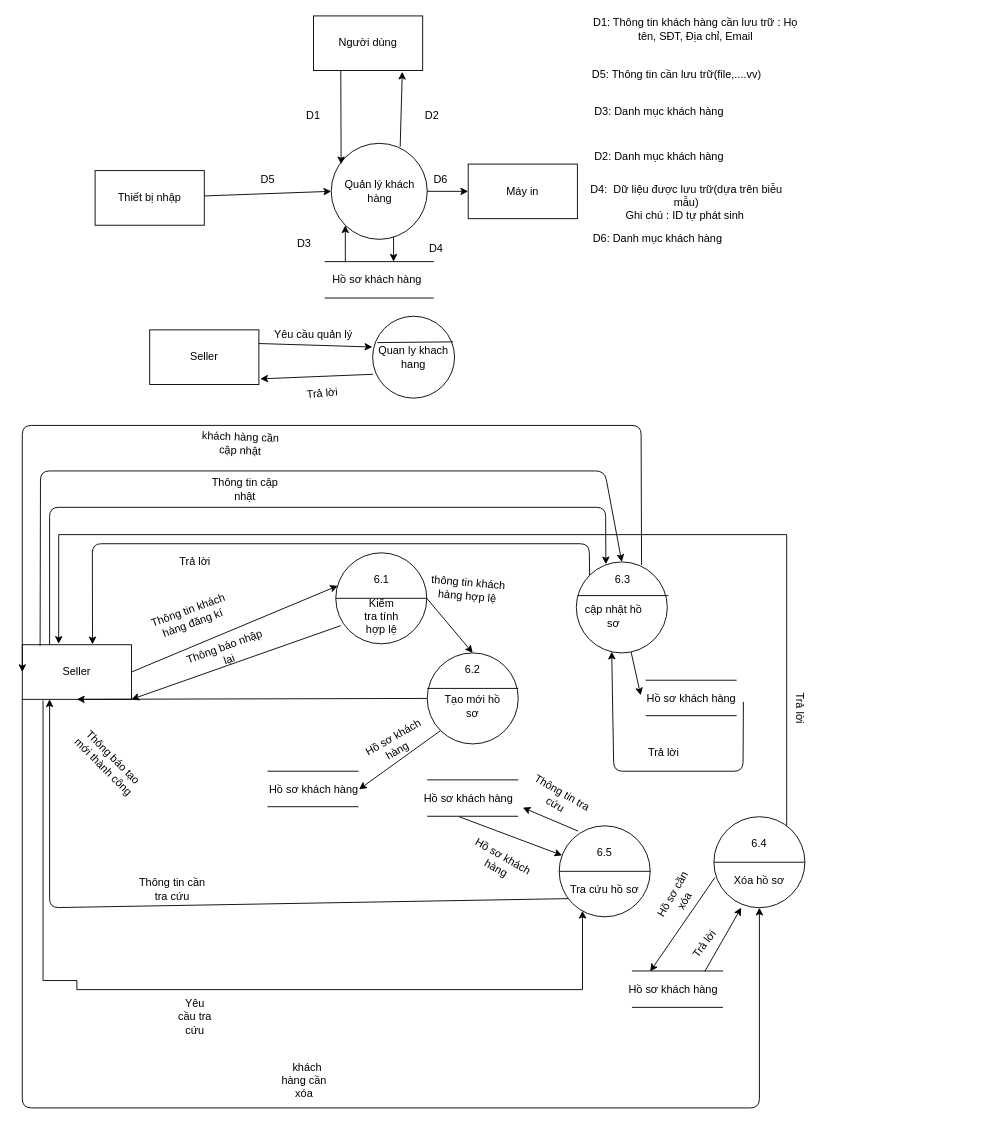
Above: page "Page-1" (1 of 2) of Loi/DFD_Quan_Ly_Khach_Hang.drawio in xxminhmie/override-project-document (draw.io), before the change. Source tidied: cells renumbered, new cells numbered last; positions are measured from the earlier drawing's top-left corner, leaving out a move shared by most shapes. Both pictures are drawn from the tidied source at 91%, with x=0, y=0 at pixel (22, 15).
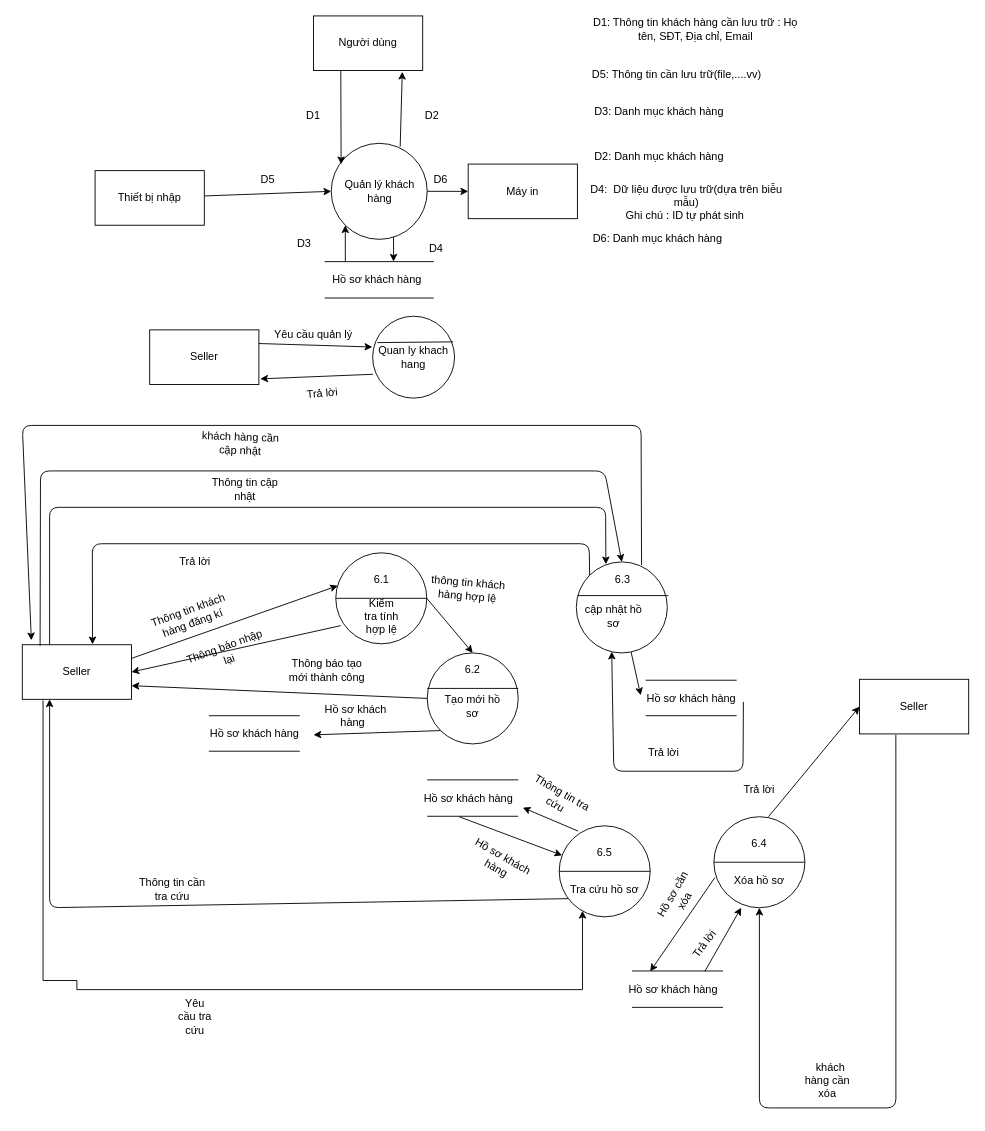
The same diagram, later.

Unchanged cells that the change refers to:
```xml
<mxCell id="8" style="ellipse;whiteSpace=wrap;html=1;" parent="1" vertex="1">
  <mxGeometry x="344.5" y="590" width="100" height="100" as="geometry" />
</mxCell>
<mxCell id="9" style="ellipse;whiteSpace=wrap;html=1;" parent="1" vertex="1">
  <mxGeometry x="445" y="700" width="100" height="100" as="geometry" />
</mxCell>
<mxCell id="18" style="ellipse;whiteSpace=wrap;html=1;" parent="1" vertex="1">
  <mxGeometry x="760" y="880" width="100" height="100" as="geometry" />
</mxCell>
<mxCell id="22" value="Seller" style="rounded=0;whiteSpace=wrap;html=1;" parent="1" vertex="1">
  <mxGeometry y="691" width="120" height="60" as="geometry" />
</mxCell>
<mxCell id="87" style="ellipse;whiteSpace=wrap;html=1;" parent="1" vertex="1">
  <mxGeometry x="608.8" y="600" width="100" height="100" as="geometry" />
</mxCell>
```

Change to the diagram source:
```diff
@@
-    <mxCell id="17" style="edgeStyle=orthogonalEdgeStyle;rounded=0;jettySize=auto;html=1;" parent="1" edge="1" source="18">
-      <mxGeometry relative="1" as="geometry">
-        <mxPoint x="40" y="690" as="targetPoint" />
-        <Array as="points">
-          <mxPoint x="840" y="570" />
-          <mxPoint x="40" y="570" />
-        </Array>
-      </mxGeometry>
-    </mxCell>
@@
-    <mxCell id="23" style="endArrow=classic;html=1;exitX=1;exitY=0.5;exitDx=0;exitDy=0;entryX=0.022;entryY=0.362;entryDx=0;entryDy=0;entryPerimeter=0;" parent="1" edge="1" source="22" target="8">
+    <mxCell id="23" style="endArrow=classic;html=1;exitX=1;exitY=0.25;exitDx=0;exitDy=0;entryX=0.022;entryY=0.362;entryDx=0;entryDy=0;entryPerimeter=0;" parent="1" edge="1" source="22" target="8">
       <mxGeometry relative="1" as="geometry" />
     </mxCell>
@@
-    <mxCell id="26" value="&amp;nbsp;Hồ sơ khách hàng&amp;nbsp;" style="text;html=1;strokeColor=none;fillColor=none;align=center;verticalAlign=middle;whiteSpace=wrap;rounded=0;rotation=-30;" parent="1" vertex="1">
-      <mxGeometry x="365" y="790" width="90" height="20" as="geometry" />
+    <mxCell id="26" value="&amp;nbsp;Hồ sơ khách hàng&amp;nbsp;" style="text;html=1;strokeColor=none;fillColor=none;align=center;verticalAlign=middle;whiteSpace=wrap;rounded=0;rotation=0;" parent="1" vertex="1">
+      <mxGeometry x="320" y="759" width="90" height="20" as="geometry" />
     </mxCell>
     <mxCell id="27" style="endArrow=none;html=1;" parent="1" edge="1">
       <mxGeometry relative="1" as="geometry">
-        <mxPoint x="269.5" y="869" as="sourcePoint" />
-        <mxPoint x="369.5" y="869" as="targetPoint" />
+        <mxPoint x="205" y="808" as="sourcePoint" />
+        <mxPoint x="305" y="808" as="targetPoint" />
       </mxGeometry>
     </mxCell>
     <mxCell id="28" style="endArrow=none;html=1;" parent="1" edge="1">
       <mxGeometry relative="1" as="geometry">
-        <mxPoint x="269.5" y="830" as="sourcePoint" />
-        <mxPoint x="369.5" y="830" as="targetPoint" />
+        <mxPoint x="205" y="769" as="sourcePoint" />
+        <mxPoint x="305" y="769" as="targetPoint" />
       </mxGeometry>
     </mxCell>
@@
     <mxCell id="30" value="Hồ sơ khách hàng" style="text;html=1;align=center;verticalAlign=middle;" parent="1" vertex="1">
-      <mxGeometry x="264.5" y="840" width="110" height="20" as="geometry" />
+      <mxGeometry x="200" y="779" width="110" height="20" as="geometry" />
     </mxCell>
     <mxCell id="31" style="endArrow=classic;html=1;exitX=0;exitY=1;exitDx=0;exitDy=0;" parent="1" edge="1" source="9">
       <mxGeometry relative="1" as="geometry">
-        <mxPoint x="370" y="850" as="targetPoint" />
+        <mxPoint x="320" y="790" as="targetPoint" />
       </mxGeometry>
     </mxCell>
@@
-    <mxCell id="38" style="endArrow=classic;html=1;exitX=0.055;exitY=0.8;exitDx=0;exitDy=0;entryX=1;entryY=1;entryDx=0;entryDy=0;exitPerimeter=0;" parent="1" edge="1" source="8" target="22">
+    <mxCell id="38" style="endArrow=classic;html=1;exitX=0.055;exitY=0.8;exitDx=0;exitDy=0;entryX=1;entryY=0.5;entryDx=0;entryDy=0;exitPerimeter=0;" parent="1" edge="1" source="8" target="22">
       <mxGeometry relative="1" as="geometry" />
     </mxCell>
@@
-    <mxCell id="40" style="endArrow=classic;html=1;exitX=0;exitY=0.5;exitDx=0;exitDy=0;entryX=0.5;entryY=1;entryDx=0;entryDy=0;" parent="1" edge="1" source="9" target="22">
+    <mxCell id="40" style="endArrow=classic;html=1;exitX=0;exitY=0.5;exitDx=0;exitDy=0;entryX=1;entryY=0.75;entryDx=0;entryDy=0;" parent="1" edge="1" source="9" target="22">
       <mxGeometry relative="1" as="geometry" />
     </mxCell>
-    <mxCell id="41" value="Thông báo tạo mới thành công" style="text;html=1;strokeColor=none;fillColor=none;align=center;verticalAlign=middle;whiteSpace=wrap;rounded=0;rotation=45;" parent="1" vertex="1">
-      <mxGeometry x="50" y="810" width="90" height="20" as="geometry" />
+    <mxCell id="41" value="Thông báo tạo mới thành công" style="text;html=1;strokeColor=none;fillColor=none;align=center;verticalAlign=middle;whiteSpace=wrap;rounded=0;rotation=0;" parent="1" vertex="1">
+      <mxGeometry x="290" y="709" width="90" height="20" as="geometry" />
     </mxCell>
@@
-    <mxCell id="49" style="endArrow=classic;html=1;entryX=0.5;entryY=1;entryDx=0;entryDy=0;exitX=0;exitY=1;exitDx=0;exitDy=0;" parent="1" edge="1" source="22" target="18">
+    <mxCell id="49" style="endArrow=classic;html=1;entryX=0.5;entryY=1;entryDx=0;entryDy=0;exitX=0.333;exitY=1.017;exitDx=0;exitDy=0;exitPerimeter=0;" parent="1" edge="1" source="104" target="18">
       <mxGeometry relative="1" as="geometry">
         <Array as="points">
-          <mxPoint y="1200" />
+          <mxPoint x="960" y="1200" />
           <mxPoint x="810" y="1200" />
         </Array>
       </mxGeometry>
     </mxCell>
     <mxCell id="50" value="&amp;nbsp; khách hàng cần xóa" style="text;html=1;strokeColor=none;fillColor=none;align=center;verticalAlign=middle;whiteSpace=wrap;rounded=0;rotation=0;" parent="1" vertex="1">
-      <mxGeometry x="274.5" y="1160" width="70" height="20" as="geometry" />
+      <mxGeometry x="850" y="1160" width="70" height="20" as="geometry" />
     </mxCell>
@@
-    <mxCell id="60" value="Trả lời" style="text;html=1;strokeColor=none;fillColor=none;align=center;verticalAlign=middle;whiteSpace=wrap;rounded=0;rotation=90;" parent="1" vertex="1">
-      <mxGeometry x="810" y="751" width="90" height="20" as="geometry" />
+    <mxCell id="60" value="Trả lời" style="text;html=1;strokeColor=none;fillColor=none;align=center;verticalAlign=middle;whiteSpace=wrap;rounded=0;rotation=0;" parent="1" vertex="1">
+      <mxGeometry x="765" y="840" width="90" height="20" as="geometry" />
     </mxCell>
@@
-    <mxCell id="102" style="endArrow=classic;html=1;strokeColor=#000000;exitX=0.717;exitY=0.034;exitDx=0;exitDy=0;exitPerimeter=0;entryX=0;entryY=0.5;entryDx=0;entryDy=0;" parent="1" edge="1" source="87" target="22">
+    <mxCell id="102" style="endArrow=classic;html=1;strokeColor=#000000;exitX=0.717;exitY=0.034;exitDx=0;exitDy=0;exitPerimeter=0;entryX=0.083;entryY=-0.081;entryDx=0;entryDy=0;entryPerimeter=0;" parent="1" edge="1" source="87" target="22">
       <mxGeometry relative="1" as="geometry">
         <Array as="points">
           <mxPoint x="680" y="450" />
           <mxPoint y="450" />
         </Array>
       </mxGeometry>
     </mxCell>
@@
+    <mxCell id="104" value="Seller" style="rounded=0;whiteSpace=wrap;html=1;" parent="1" vertex="1">
+      <mxGeometry x="920" y="729" width="120" height="60" as="geometry" />
+    </mxCell>
+    <mxCell id="105" style="endArrow=classic;html=1;entryX=0;entryY=0.5;entryDx=0;entryDy=0;" parent="1" edge="1" target="104">
+      <mxGeometry relative="1" as="geometry">
+        <mxPoint x="820" y="880" as="sourcePoint" />
+      </mxGeometry>
+    </mxCell>
```
